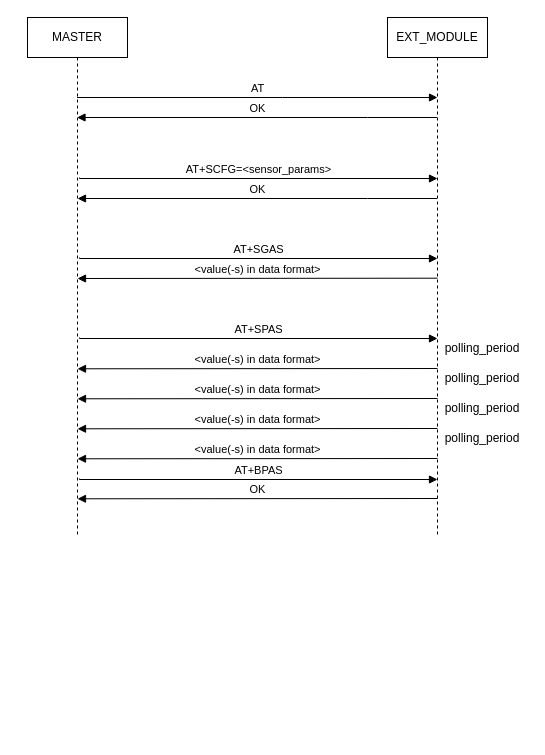
Bastion-RND/school-lab keeps this draw.io diagram as diagrams/protocol-flow.drawio. Above is the earlier version. Source tidied: cells renumbered, new cells numbered last; positions are measured from the earlier drawing's top-left corner, leaving out a move shared by most shapes. Both pictures are drawn from the tidied source at 100%, with x=0, y=0 at pixel (27, 17).
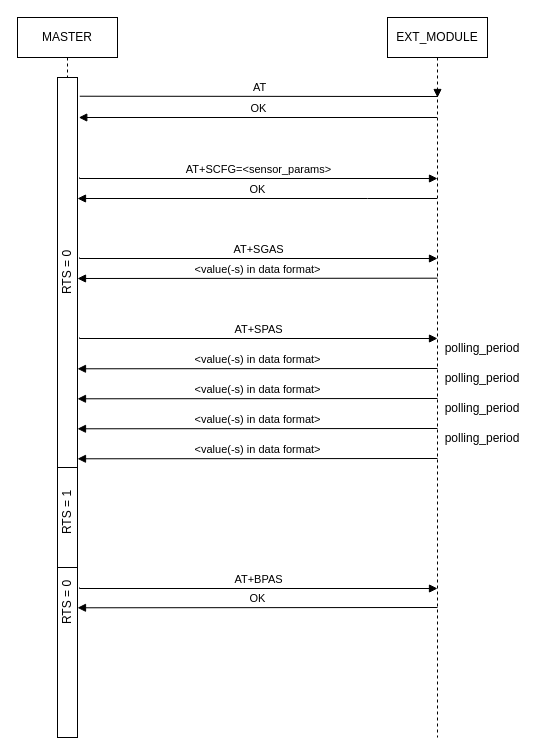
The same diagram, later.

Commit message (it also covers changes not shown here):
changed protocol flow image

Change to the diagram source:
```diff
@@
+    <mxCell id="21" style="rounded=0;whiteSpace=wrap;html=1;" parent="1" vertex="1">
+      <mxGeometry x="30" y="550" width="20" height="170" as="geometry" />
+    </mxCell>
+    <mxCell id="22" style="rounded=0;whiteSpace=wrap;html=1;" parent="1" vertex="1">
+      <mxGeometry x="30" y="450" width="20" height="100" as="geometry" />
+    </mxCell>
+    <mxCell id="23" style="rounded=0;whiteSpace=wrap;html=1;" parent="1" vertex="1">
+      <mxGeometry x="30" y="60" width="20" height="390" as="geometry" />
+    </mxCell>
     <mxCell id="2" value="MASTER" style="shape=umlLifeline;perimeter=lifelinePerimeter;whiteSpace=wrap;html=1;outlineConnect=0;portConstraint=eastwest;newEdgeStyle={&quot;edgeStyle&quot;:&quot;elbowEdgeStyle&quot;,&quot;elbow&quot;:&quot;vertical&quot;,&quot;curved&quot;:0,&quot;rounded&quot;:0};" parent="1" vertex="1">
-      <mxGeometry width="100" height="520" as="geometry" />
+      <mxGeometry x="-10" width="100" height="60" as="geometry" />
     </mxCell>
     <mxCell id="3" value="EXT_MODULE" style="shape=umlLifeline;perimeter=lifelinePerimeter;whiteSpace=wrap;html=1;outlineConnect=0;portConstraint=eastwest;newEdgeStyle={&quot;edgeStyle&quot;:&quot;elbowEdgeStyle&quot;,&quot;elbow&quot;:&quot;vertical&quot;,&quot;curved&quot;:0,&quot;rounded&quot;:0};" parent="1" vertex="1">
-      <mxGeometry x="360" width="100" height="520" as="geometry" />
+      <mxGeometry x="360" width="100" height="720" as="geometry" />
     </mxCell>
-    <mxCell id="4" value="AT" style="html=1;verticalAlign=bottom;endArrow=block;edgeStyle=elbowEdgeStyle;elbow=vertical;curved=0;rounded=0;" parent="1" edge="1" source="2">
+    <mxCell id="4" value="AT" style="html=1;verticalAlign=bottom;endArrow=block;edgeStyle=elbowEdgeStyle;elbow=vertical;curved=0;rounded=0;exitX=1.112;exitY=0.048;exitDx=0;exitDy=0;exitPerimeter=0;" parent="1" edge="1" source="23">
       <mxGeometry relative="1" as="geometry">
         <mxPoint x="410" y="80" as="targetPoint" />
       </mxGeometry>
     </mxCell>
-    <mxCell id="5" value="OK" style="html=1;verticalAlign=bottom;endArrow=block;edgeStyle=elbowEdgeStyle;elbow=vertical;curved=0;rounded=0;" parent="1" edge="1" source="3" target="2">
+    <mxCell id="5" value="OK" style="html=1;verticalAlign=bottom;endArrow=block;edgeStyle=elbowEdgeStyle;elbow=vertical;curved=0;rounded=0;entryX=1.064;entryY=0.101;entryDx=0;entryDy=0;entryPerimeter=0;" parent="1" edge="1" source="3" target="23">
       <mxGeometry relative="1" as="geometry">
         <Array as="points">
           <mxPoint x="340" y="100" />
           <mxPoint x="265" y="120" />
         </Array>
       </mxGeometry>
     </mxCell>
@@
     <mxCell id="19" value="AT+BPAS" style="html=1;verticalAlign=bottom;endArrow=block;edgeStyle=elbowEdgeStyle;elbow=vertical;curved=0;rounded=0;exitX=0.523;exitY=0.264;exitDx=0;exitDy=0;exitPerimeter=0;" parent="1" edge="1">
       <mxGeometry relative="1" as="geometry">
-        <mxPoint x="52" y="461" as="sourcePoint" />
-        <mxPoint x="410" y="462" as="targetPoint" />
+        <mxPoint x="52" y="570" as="sourcePoint" />
+        <mxPoint x="410" y="571" as="targetPoint" />
       </mxGeometry>
     </mxCell>
     <mxCell id="20" value="OK" style="html=1;verticalAlign=bottom;endArrow=block;edgeStyle=elbowEdgeStyle;elbow=vertical;curved=0;rounded=0;" parent="1" edge="1">
       <mxGeometry relative="1" as="geometry">
-        <mxPoint x="410" y="481" as="sourcePoint" />
-        <mxPoint x="50" y="481.3" as="targetPoint" />
+        <mxPoint x="410" y="590" as="sourcePoint" />
+        <mxPoint x="50" y="590.3" as="targetPoint" />
         <Array as="points">
-          <mxPoint x="340" y="481.3" />
-          <mxPoint x="265" y="501.3" />
+          <mxPoint x="340" y="590.3" />
+          <mxPoint x="265" y="610.3" />
         </Array>
       </mxGeometry>
     </mxCell>
+    <mxCell id="24" value="RTS = 0" style="text;html=1;strokeColor=none;fillColor=none;align=center;verticalAlign=middle;whiteSpace=wrap;rounded=0;rotation=-90;" parent="1" vertex="1">
+      <mxGeometry x="10" y="240" width="60" height="30" as="geometry" />
+    </mxCell>
+    <mxCell id="25" value="RTS = 1" style="text;html=1;strokeColor=none;fillColor=none;align=center;verticalAlign=middle;whiteSpace=wrap;rounded=0;rotation=-90;" parent="1" vertex="1">
+      <mxGeometry x="10" y="480" width="60" height="30" as="geometry" />
+    </mxCell>
+    <mxCell id="26" value="RTS = 0" style="text;html=1;strokeColor=none;fillColor=none;align=center;verticalAlign=middle;whiteSpace=wrap;rounded=0;rotation=-90;" parent="1" vertex="1">
+      <mxGeometry x="10" y="570" width="60" height="30" as="geometry" />
+    </mxCell>
```
